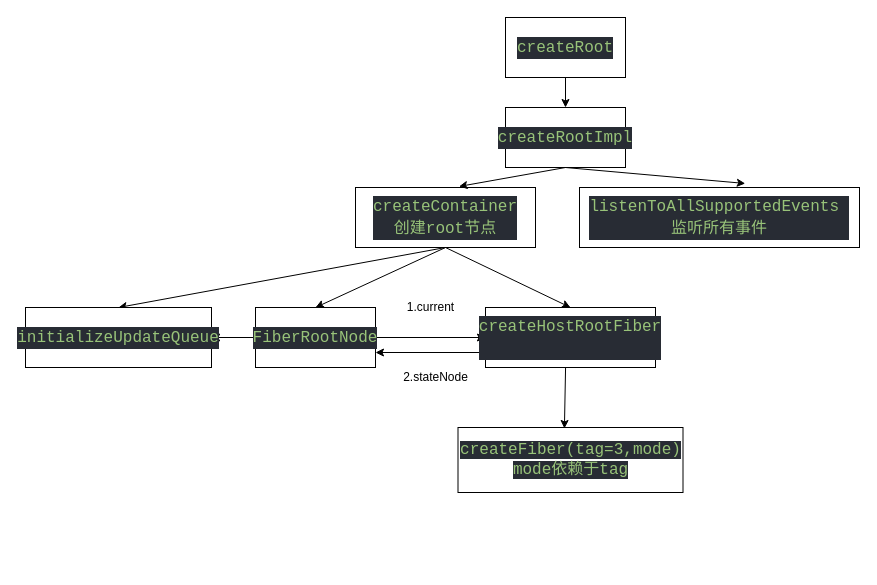
xppcnn/react_source-_code keeps this draw.io diagram as docs/render/流程.drawio. Above is the earlier version. Source tidied: cells renumbered, new cells numbered last; positions are measured from the earlier drawing's top-left corner, leaving out a move shared by most shapes. Both pictures are drawn from the tidied source at 100%, with x=0, y=0 at pixel (25, 17).
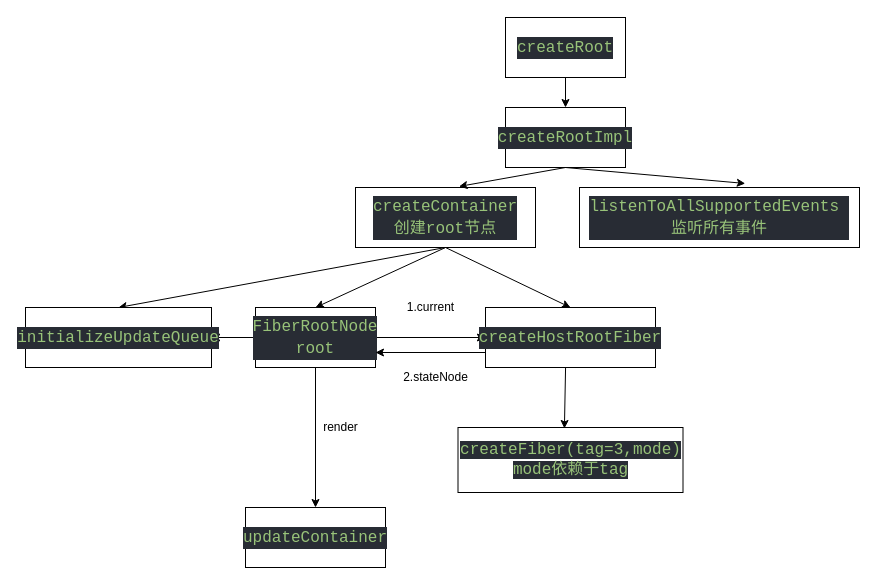
The same diagram, later.

The edit, as a diff of the source:
```diff
@@
+    <mxCell id="22" style="edgeStyle=none;html=1;exitX=0.5;exitY=1;exitDx=0;exitDy=0;entryX=0.5;entryY=0;entryDx=0;entryDy=0;" parent="1" edge="1" source="14" target="23">
+      <mxGeometry relative="1" as="geometry" />
+    </mxCell>
-    <mxCell id="14" value="&lt;div style=&quot;color: rgb(187 , 187 , 187) ; background-color: rgb(40 , 44 , 52) ; font-family: &amp;#34;consolas&amp;#34; , &amp;#34;courier new&amp;#34; , monospace ; font-size: 16px ; line-height: 22px&quot;&gt;&lt;span style=&quot;color: #98c379&quot;&gt;FiberRootNode&lt;/span&gt;&lt;/div&gt;" style="rounded=0;whiteSpace=wrap;html=1;" parent="1" vertex="1">
+    <mxCell id="14" value="&lt;div style=&quot;color: rgb(187 , 187 , 187) ; background-color: rgb(40 , 44 , 52) ; font-family: &amp;#34;consolas&amp;#34; , &amp;#34;courier new&amp;#34; , monospace ; font-size: 16px ; line-height: 22px&quot;&gt;&lt;span style=&quot;color: #98c379&quot;&gt;FiberRootNode&lt;/span&gt;&lt;/div&gt;&lt;div style=&quot;color: rgb(187 , 187 , 187) ; background-color: rgb(40 , 44 , 52) ; font-family: &amp;#34;consolas&amp;#34; , &amp;#34;courier new&amp;#34; , monospace ; font-size: 16px ; line-height: 22px&quot;&gt;&lt;span style=&quot;color: #98c379&quot;&gt;root&lt;/span&gt;&lt;/div&gt;" style="rounded=0;whiteSpace=wrap;html=1;" parent="1" vertex="1">
       <mxGeometry x="230" y="290" width="120" height="60" as="geometry" />
     </mxCell>
@@
-    <mxCell id="18" value="&lt;div style=&quot;color: rgb(187 , 187 , 187) ; background-color: rgb(40 , 44 , 52) ; font-family: &amp;#34;consolas&amp;#34; , &amp;#34;courier new&amp;#34; , monospace ; font-size: 16px ; line-height: 22px&quot;&gt;&lt;div style=&quot;font-family: &amp;#34;consolas&amp;#34; , &amp;#34;courier new&amp;#34; , monospace ; line-height: 22px&quot;&gt;&lt;span style=&quot;color: #98c379&quot;&gt;createHostRootFiber&lt;/span&gt;&lt;/div&gt;&lt;div style=&quot;font-family: &amp;#34;consolas&amp;#34; , &amp;#34;courier new&amp;#34; , monospace ; line-height: 22px&quot;&gt;&lt;div style=&quot;font-family: &amp;#34;consolas&amp;#34; , &amp;#34;courier new&amp;#34; , monospace ; line-height: 22px&quot;&gt;&lt;br&gt;&lt;/div&gt;&lt;/div&gt;&lt;/div&gt;" style="rounded=0;whiteSpace=wrap;html=1;" parent="1" vertex="1">
+    <mxCell id="18" value="&lt;div style=&quot;color: rgb(187 , 187 , 187) ; background-color: rgb(40 , 44 , 52) ; font-family: &amp;#34;consolas&amp;#34; , &amp;#34;courier new&amp;#34; , monospace ; font-size: 16px ; line-height: 22px&quot;&gt;&lt;div style=&quot;font-family: &amp;#34;consolas&amp;#34; , &amp;#34;courier new&amp;#34; , monospace ; line-height: 22px&quot;&gt;&lt;span style=&quot;color: #98c379&quot;&gt;createHostRootFiber&lt;/span&gt;&lt;/div&gt;&lt;/div&gt;" style="rounded=0;whiteSpace=wrap;html=1;" parent="1" vertex="1">
       <mxGeometry x="460" y="290" width="170" height="60" as="geometry" />
     </mxCell>
@@
+    <mxCell id="23" value="&lt;div style=&quot;color: rgb(187 , 187 , 187) ; background-color: rgb(40 , 44 , 52) ; font-family: &amp;#34;consolas&amp;#34; , &amp;#34;courier new&amp;#34; , monospace ; font-size: 16px ; line-height: 22px&quot;&gt;&lt;span style=&quot;color: #98c379&quot;&gt;updateContainer&lt;/span&gt;&lt;/div&gt;" style="rounded=0;whiteSpace=wrap;html=1;" parent="1" vertex="1">
+      <mxGeometry x="220" y="490" width="140" height="60" as="geometry" />
+    </mxCell>
+    <mxCell id="24" value="render" style="text;html=1;align=center;verticalAlign=middle;strokeColor=none;fillColor=none;" parent="1" vertex="1">
+      <mxGeometry x="290" y="400" width="50" height="20" as="geometry" />
+    </mxCell>
```
